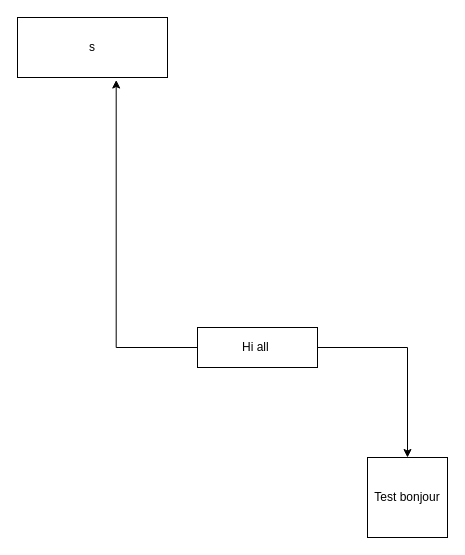
This is Diagramme sans nom.drawio from HipppB/safeHub, a draw.io file, before an edit. Source tidied: cells renumbered, new cells numbered last; positions are measured from the earlier drawing's top-left corner, leaving out a move shared by most shapes. Both pictures are drawn from the tidied source at 100%, with x=0, y=0 at pixel (17, 17).
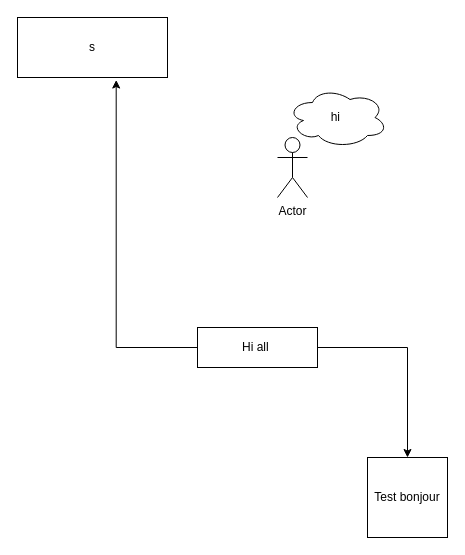
The same diagram, later.

Diff of the diagram source:
```diff
@@
 <mxGraphModel>
   <root>
     <mxCell id="0" />
     <mxCell id="1" parent="0" />
     <mxCell id="2" style="edgeStyle=orthogonalEdgeStyle;rounded=0;jettySize=auto;html=1;entryX=0.658;entryY=1.042;entryDx=0;entryDy=0;entryPerimeter=0;" parent="1" edge="1" source="4" target="5">
       <mxGeometry relative="1" as="geometry" />
     </mxCell>
     <mxCell id="3" style="edgeStyle=orthogonalEdgeStyle;rounded=0;jettySize=auto;html=1;" parent="1" edge="1" source="4" target="6">
       <mxGeometry relative="1" as="geometry" />
     </mxCell>
     <mxCell id="4" value="Hi all&amp;nbsp;" style="rounded=0;whiteSpace=wrap;html=1;" parent="1" vertex="1">
       <mxGeometry x="180" y="310" width="120" height="40" as="geometry" />
     </mxCell>
     <mxCell id="5" value="s" style="rounded=0;whiteSpace=wrap;html=1;" parent="1" vertex="1">
       <mxGeometry width="150" height="60" as="geometry" />
     </mxCell>
+    <mxCell id="7" value="Actor" style="shape=umlActor;verticalLabelPosition=bottom;verticalAlign=top;html=1;" parent="1" vertex="1">
+      <mxGeometry x="260" y="120" width="30" height="60" as="geometry" />
+    </mxCell>
     <mxCell id="6" value="Test bonjour" style="whiteSpace=wrap;html=1;" parent="1" vertex="1">
       <mxGeometry x="350" y="440" width="80" height="80" as="geometry" />
     </mxCell>
+    <mxCell id="8" value="hi&amp;nbsp;" style="ellipse;shape=cloud;whiteSpace=wrap;html=1;" parent="1" vertex="1">
+      <mxGeometry x="270" y="70" width="100" height="60" as="geometry" />
+    </mxCell>
   </root>
 </mxGraphModel>
```
